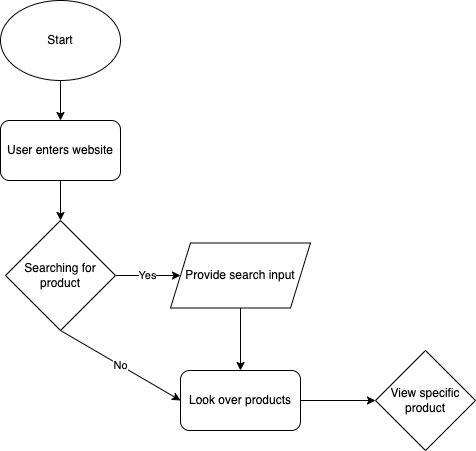
Before: explore/diagramming/diagram.drawio.png, a diagram exported from draw.io (JonathanYin/fa22-cse110-lab4). Source tidied: cells renumbered, new cells last; positions are measured from the earlier drawing's top-left corner, leaving out a move shared by most shapes.
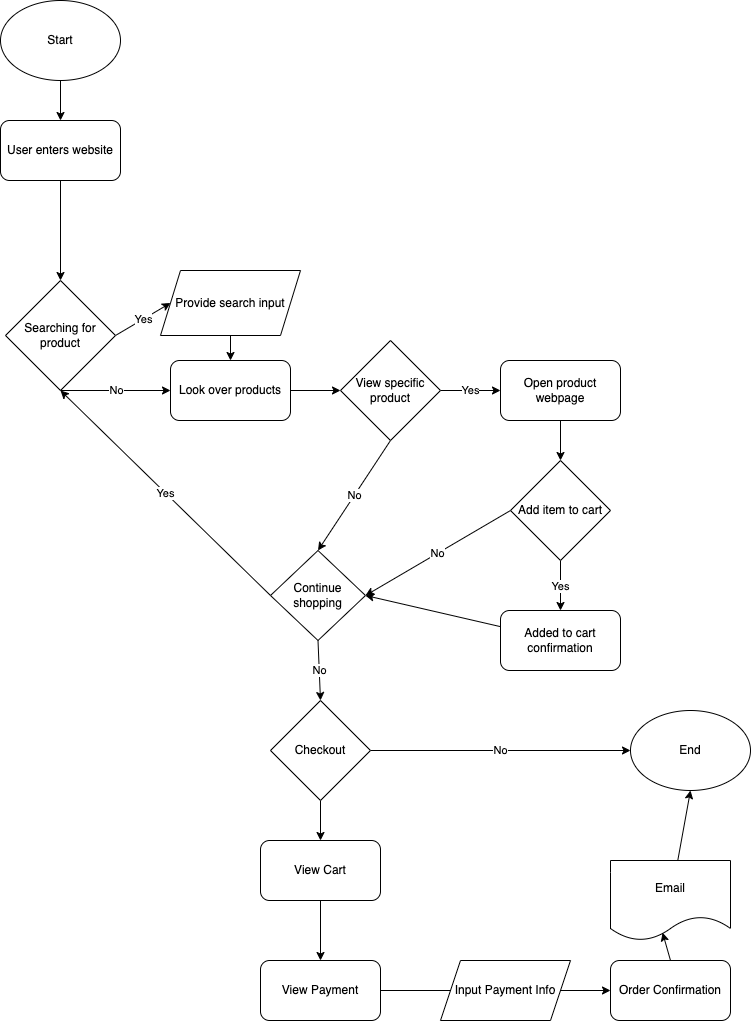
The same file after the commit.

Commit message:
Finish diagramming flowchart

The edit, as a diff of the source:
```diff
@@ -26,22 +26,100 @@
       <mxGeometry relative="1" as="geometry" />
     </mxCell>
     <mxCell id="9" value="Searching for product" style="rhombus;whiteSpace=wrap;html=1;" parent="1" vertex="1">
-      <mxGeometry x="5" y="220" width="110" height="110" as="geometry" />
+      <mxGeometry x="5" y="280" width="110" height="110" as="geometry" />
     </mxCell>
     <mxCell id="10" style="edgeStyle=none;html=1;" parent="1" edge="1" source="11" target="13">
       <mxGeometry relative="1" as="geometry" />
     </mxCell>
     <mxCell id="11" value="Provide search input" style="shape=parallelogram;perimeter=parallelogramPerimeter;whiteSpace=wrap;html=1;fixedSize=1;" parent="1" vertex="1">
-      <mxGeometry x="170" y="242.5" width="140" height="65" as="geometry" />
+      <mxGeometry x="160" y="270" width="140" height="65" as="geometry" />
     </mxCell>
     <mxCell id="12" style="edgeStyle=none;html=1;exitX=1;exitY=0.5;exitDx=0;exitDy=0;entryX=0;entryY=0.5;entryDx=0;entryDy=0;" parent="1" edge="1" source="13" target="14">
       <mxGeometry relative="1" as="geometry" />
     </mxCell>
     <mxCell id="13" value="Look over products" style="rounded=1;whiteSpace=wrap;html=1;" parent="1" vertex="1">
-      <mxGeometry x="180" y="370" width="120" height="60" as="geometry" />
+      <mxGeometry x="170" y="360" width="120" height="60" as="geometry" />
     </mxCell>
+    <mxCell id="15" value="No" style="edgeStyle=none;html=1;exitX=0.5;exitY=1;exitDx=0;exitDy=0;entryX=0.5;entryY=0;entryDx=0;entryDy=0;" parent="1" edge="1" source="14" target="19">
+      <mxGeometry relative="1" as="geometry" />
+    </mxCell>
+    <mxCell id="16" value="Yes" style="edgeStyle=none;html=1;exitX=1;exitY=0.5;exitDx=0;exitDy=0;entryX=0;entryY=0.5;entryDx=0;entryDy=0;" parent="1" edge="1" source="14" target="21">
+      <mxGeometry relative="1" as="geometry" />
+    </mxCell>
     <mxCell id="14" value="View specific product" style="rhombus;whiteSpace=wrap;html=1;" parent="1" vertex="1">
-      <mxGeometry x="375" y="350" width="100" height="100" as="geometry" />
+      <mxGeometry x="340" y="340" width="100" height="100" as="geometry" />
     </mxCell>
+    <mxCell id="17" value="Yes" style="edgeStyle=none;html=1;exitX=0;exitY=0.5;exitDx=0;exitDy=0;entryX=0.5;entryY=1;entryDx=0;entryDy=0;" parent="1" edge="1" source="19" target="9">
+      <mxGeometry relative="1" as="geometry" />
+    </mxCell>
+    <mxCell id="18" value="No" style="edgeStyle=none;html=1;exitX=0.5;exitY=1;exitDx=0;exitDy=0;entryX=0.5;entryY=0;entryDx=0;entryDy=0;" parent="1" edge="1" source="19" target="29">
+      <mxGeometry relative="1" as="geometry" />
+    </mxCell>
+    <mxCell id="19" value="Continue shopping" style="rhombus;whiteSpace=wrap;html=1;" parent="1" vertex="1">
+      <mxGeometry x="270" y="550" width="95" height="90" as="geometry" />
+    </mxCell>
+    <mxCell id="20" style="edgeStyle=none;html=1;exitX=0.5;exitY=1;exitDx=0;exitDy=0;entryX=0.5;entryY=0;entryDx=0;entryDy=0;" parent="1" edge="1" source="21" target="24">
+      <mxGeometry relative="1" as="geometry" />
+    </mxCell>
+    <mxCell id="21" value="Open product webpage" style="rounded=1;whiteSpace=wrap;html=1;" parent="1" vertex="1">
+      <mxGeometry x="500" y="360" width="120" height="60" as="geometry" />
+    </mxCell>
+    <mxCell id="22" value="No" style="edgeStyle=none;html=1;exitX=0;exitY=0.5;exitDx=0;exitDy=0;entryX=1;entryY=0.5;entryDx=0;entryDy=0;" parent="1" edge="1" source="24" target="19">
+      <mxGeometry relative="1" as="geometry" />
+    </mxCell>
+    <mxCell id="23" value="Yes" style="edgeStyle=none;html=1;exitX=0.5;exitY=1;exitDx=0;exitDy=0;entryX=0.5;entryY=0;entryDx=0;entryDy=0;" parent="1" edge="1" source="24" target="26">
+      <mxGeometry relative="1" as="geometry" />
+    </mxCell>
+    <mxCell id="24" value="Add item to cart" style="rhombus;whiteSpace=wrap;html=1;" parent="1" vertex="1">
+      <mxGeometry x="510" y="460" width="100" height="100" as="geometry" />
+    </mxCell>
+    <mxCell id="25" style="edgeStyle=none;html=1;entryX=1;entryY=0.5;entryDx=0;entryDy=0;" parent="1" edge="1" source="26" target="19">
+      <mxGeometry relative="1" as="geometry" />
+    </mxCell>
+    <mxCell id="26" value="Added to cart confirmation" style="rounded=1;whiteSpace=wrap;html=1;" parent="1" vertex="1">
+      <mxGeometry x="500" y="610" width="120" height="60" as="geometry" />
+    </mxCell>
+    <mxCell id="27" style="edgeStyle=none;html=1;exitX=0.5;exitY=1;exitDx=0;exitDy=0;entryX=0.5;entryY=0;entryDx=0;entryDy=0;" parent="1" edge="1" source="29" target="31">
+      <mxGeometry relative="1" as="geometry" />
+    </mxCell>
+    <mxCell id="28" value="No" style="edgeStyle=none;html=1;entryX=0;entryY=0.5;entryDx=0;entryDy=0;" parent="1" edge="1" source="29" target="36">
+      <mxGeometry relative="1" as="geometry" />
+    </mxCell>
+    <mxCell id="29" value="Checkout" style="rhombus;whiteSpace=wrap;html=1;" parent="1" vertex="1">
+      <mxGeometry x="270" y="700" width="100" height="100" as="geometry" />
+    </mxCell>
+    <mxCell id="30" style="edgeStyle=none;html=1;exitX=0.5;exitY=1;exitDx=0;exitDy=0;entryX=0.5;entryY=0;entryDx=0;entryDy=0;" parent="1" edge="1" source="31" target="33">
+      <mxGeometry relative="1" as="geometry" />
+    </mxCell>
+    <mxCell id="31" value="View Cart" style="rounded=1;whiteSpace=wrap;html=1;" parent="1" vertex="1">
+      <mxGeometry x="260" y="840" width="120" height="60" as="geometry" />
+    </mxCell>
+    <mxCell id="32" style="edgeStyle=none;html=1;exitX=0;exitY=0.5;exitDx=0;exitDy=0;entryX=1;entryY=0.5;entryDx=0;entryDy=0;" parent="1" edge="1" source="33" target="35">
+      <mxGeometry relative="1" as="geometry" />
+    </mxCell>
+    <mxCell id="33" value="View Payment" style="rounded=1;whiteSpace=wrap;html=1;" parent="1" vertex="1">
+      <mxGeometry x="260" y="960" width="120" height="60" as="geometry" />
+    </mxCell>
+    <mxCell id="34" style="edgeStyle=none;html=1;exitX=1;exitY=0.5;exitDx=0;exitDy=0;entryX=0;entryY=0.5;entryDx=0;entryDy=0;" parent="1" edge="1" source="35" target="38">
+      <mxGeometry relative="1" as="geometry" />
+    </mxCell>
+    <mxCell id="35" value="Input Payment Info" style="shape=parallelogram;perimeter=parallelogramPerimeter;whiteSpace=wrap;html=1;fixedSize=1;" parent="1" vertex="1">
+      <mxGeometry x="440" y="960" width="130" height="60" as="geometry" />
+    </mxCell>
+    <mxCell id="36" value="End" style="ellipse;whiteSpace=wrap;html=1;" parent="1" vertex="1">
+      <mxGeometry x="630" y="710" width="120" height="80" as="geometry" />
+    </mxCell>
+    <mxCell id="37" style="edgeStyle=none;html=1;exitX=0.5;exitY=0;exitDx=0;exitDy=0;entryX=0.434;entryY=0.903;entryDx=0;entryDy=0;entryPerimeter=0;" parent="1" edge="1" source="38" target="40">
+      <mxGeometry relative="1" as="geometry" />
+    </mxCell>
+    <mxCell id="38" value="Order Confirmation" style="rounded=1;whiteSpace=wrap;html=1;" parent="1" vertex="1">
+      <mxGeometry x="610" y="960" width="120" height="60" as="geometry" />
+    </mxCell>
+    <mxCell id="39" style="edgeStyle=none;html=1;entryX=0.5;entryY=1;entryDx=0;entryDy=0;" parent="1" edge="1" source="40" target="36">
+      <mxGeometry relative="1" as="geometry" />
+    </mxCell>
+    <mxCell id="40" value="Email" style="shape=document;whiteSpace=wrap;html=1;boundedLbl=1;" parent="1" vertex="1">
+      <mxGeometry x="610" y="860" width="120" height="80" as="geometry" />
+    </mxCell>
   </root>
 </mxGraphModel>
```
